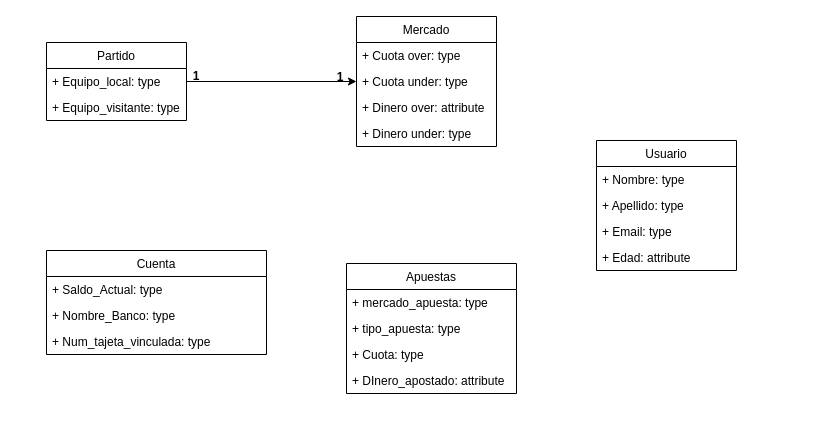
Earlier version of the draw.io diagram Untitled Diagram.drawio (jobasa/ExamenRecuTema2). Source tidied: cells renumbered, new cells numbered last; positions are measured from the earlier drawing's top-left corner, leaving out a move shared by most shapes. Both pictures are drawn from the tidied source at 100%, with x=0, y=0 at pixel (46, 16).
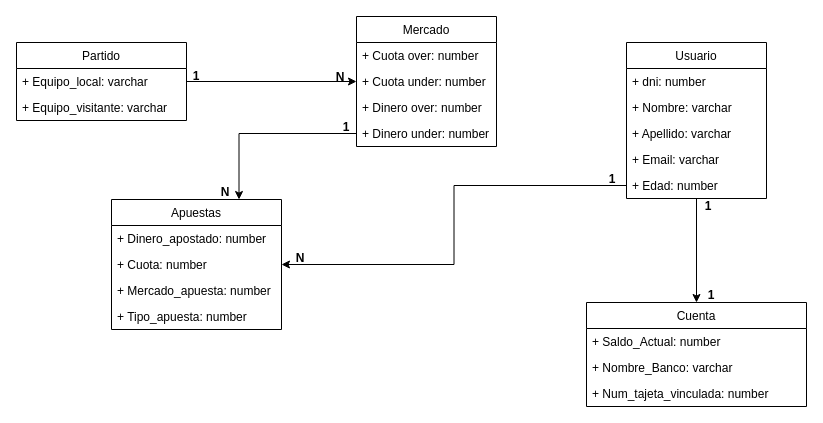
After the change.

The change refers to these unchanged cells:
```xml
<mxCell id="7" value="Mercado" style="swimlane;fontStyle=0;horizontal=1;startSize=26;fillColor=none;" parent="1" vertex="1">
  <mxGeometry x="310" width="140" height="130" as="geometry" />
</mxCell>
```

The edit, as a diff of the source:
```diff
@@
+    <mxCell id="27" style="edgeStyle=orthogonalEdgeStyle;rounded=0;jettySize=auto;html=1;entryX=0.5;entryY=0;entryDx=0;entryDy=0;" parent="1" edge="1" source="2" target="12">
+      <mxGeometry relative="1" as="geometry" />
+    </mxCell>
     <mxCell id="2" value="Usuario" style="swimlane;fontStyle=0;horizontal=1;startSize=26;fillColor=none;" parent="1" vertex="1">
-      <mxGeometry x="550" y="124" width="140" height="130" as="geometry" />
+      <mxGeometry x="580" y="26" width="140" height="156" as="geometry" />
     </mxCell>
+    <mxCell id="28" value="+ dni: number" style="text;strokeColor=none;fillColor=none;align=left;verticalAlign=top;spacingLeft=4;spacingRight=4;overflow=hidden;" parent="2" vertex="1">
+      <mxGeometry y="26" width="140" height="26" as="geometry" />
+    </mxCell>
-    <mxCell id="3" value="+ Nombre: type" style="text;strokeColor=none;fillColor=none;align=left;verticalAlign=top;spacingLeft=4;spacingRight=4;overflow=hidden;" parent="2" vertex="1">
-      <mxGeometry y="26" width="140" height="26" as="geometry" />
+    <mxCell id="3" value="+ Nombre: varchar" style="text;strokeColor=none;fillColor=none;align=left;verticalAlign=top;spacingLeft=4;spacingRight=4;overflow=hidden;" parent="2" vertex="1">
+      <mxGeometry y="52" width="140" height="26" as="geometry" />
     </mxCell>
-    <mxCell id="4" value="+ Apellido: type" style="text;strokeColor=none;fillColor=none;align=left;verticalAlign=top;spacingLeft=4;spacingRight=4;overflow=hidden;" parent="2" vertex="1">
-      <mxGeometry y="52" width="140" height="26" as="geometry" />
+    <mxCell id="4" value="+ Apellido: varchar" style="text;strokeColor=none;fillColor=none;align=left;verticalAlign=top;spacingLeft=4;spacingRight=4;overflow=hidden;" parent="2" vertex="1">
+      <mxGeometry y="78" width="140" height="26" as="geometry" />
     </mxCell>
-    <mxCell id="5" value="+ Email: type" style="text;strokeColor=none;fillColor=none;align=left;verticalAlign=top;spacingLeft=4;spacingRight=4;overflow=hidden;" parent="2" vertex="1">
-      <mxGeometry y="78" width="140" height="26" as="geometry" />
+    <mxCell id="5" value="+ Email: varchar" style="text;strokeColor=none;fillColor=none;align=left;verticalAlign=top;spacingLeft=4;spacingRight=4;overflow=hidden;" parent="2" vertex="1">
+      <mxGeometry y="104" width="140" height="26" as="geometry" />
     </mxCell>
-    <mxCell id="6" value="+ Edad: attribute" style="text;strokeColor=none;fillColor=none;align=left;verticalAlign=top;spacingLeft=4;spacingRight=4;overflow=hidden;points=[[0,0.5],[1,0.5]];portConstraint=eastwest;" parent="2" vertex="1">
-      <mxGeometry y="104" width="140" height="26" as="geometry" />
+    <mxCell id="6" value="+ Edad: number" style="text;strokeColor=none;fillColor=none;align=left;verticalAlign=top;spacingLeft=4;spacingRight=4;overflow=hidden;points=[[0,0.5],[1,0.5]];portConstraint=eastwest;" parent="2" vertex="1">
+      <mxGeometry y="130" width="140" height="26" as="geometry" />
     </mxCell>
@@
-    <mxCell id="8" value="+ Cuota over: type" style="text;strokeColor=none;fillColor=none;align=left;verticalAlign=top;spacingLeft=4;spacingRight=4;overflow=hidden;" parent="7" vertex="1">
+    <mxCell id="8" value="+ Cuota over: number" style="text;strokeColor=none;fillColor=none;align=left;verticalAlign=top;spacingLeft=4;spacingRight=4;overflow=hidden;" parent="7" vertex="1">
       <mxGeometry y="26" width="140" height="26" as="geometry" />
     </mxCell>
-    <mxCell id="9" value="+ Cuota under: type" style="text;strokeColor=none;fillColor=none;align=left;verticalAlign=top;spacingLeft=4;spacingRight=4;overflow=hidden;points=[[0,0.5],[1,0.5]];portConstraint=eastwest;" parent="7" vertex="1">
+    <mxCell id="9" value="+ Cuota under: number" style="text;strokeColor=none;fillColor=none;align=left;verticalAlign=top;spacingLeft=4;spacingRight=4;overflow=hidden;points=[[0,0.5],[1,0.5]];portConstraint=eastwest;" parent="7" vertex="1">
       <mxGeometry y="52" width="140" height="26" as="geometry" />
     </mxCell>
-    <mxCell id="10" value="+ Dinero over: attribute" style="text;strokeColor=none;fillColor=none;align=left;verticalAlign=top;spacingLeft=4;spacingRight=4;overflow=hidden;" parent="7" vertex="1">
+    <mxCell id="10" value="+ Dinero over: number" style="text;strokeColor=none;fillColor=none;align=left;verticalAlign=top;spacingLeft=4;spacingRight=4;overflow=hidden;" parent="7" vertex="1">
       <mxGeometry y="78" width="140" height="26" as="geometry" />
     </mxCell>
-    <mxCell id="11" value="+ Dinero under: type" style="text;strokeColor=none;fillColor=none;align=left;verticalAlign=top;spacingLeft=4;spacingRight=4;overflow=hidden;points=[[0,0.5],[1,0.5]];portConstraint=eastwest;" parent="7" vertex="1">
+    <mxCell id="11" value="+ Dinero under: number" style="text;strokeColor=none;fillColor=none;align=left;verticalAlign=top;spacingLeft=4;spacingRight=4;overflow=hidden;points=[[0,0.5],[1,0.5]];portConstraint=eastwest;" parent="7" vertex="1">
       <mxGeometry y="104" width="140" height="26" as="geometry" />
     </mxCell>
     <mxCell id="12" value="Cuenta" style="swimlane;fontStyle=0;horizontal=1;startSize=26;fillColor=none;" parent="1" vertex="1">
-      <mxGeometry y="234" width="220" height="104" as="geometry" />
+      <mxGeometry x="540" y="286" width="220" height="104" as="geometry" />
     </mxCell>
-    <mxCell id="13" value="+ Saldo_Actual: type" style="text;strokeColor=none;fillColor=none;align=left;verticalAlign=top;spacingLeft=4;spacingRight=4;overflow=hidden;" parent="12" vertex="1">
+    <mxCell id="13" value="+ Saldo_Actual: number" style="text;strokeColor=none;fillColor=none;align=left;verticalAlign=top;spacingLeft=4;spacingRight=4;overflow=hidden;" parent="12" vertex="1">
       <mxGeometry y="26" width="220" height="26" as="geometry" />
     </mxCell>
-    <mxCell id="14" value="+ Nombre_Banco: type" style="text;strokeColor=none;fillColor=none;align=left;verticalAlign=top;spacingLeft=4;spacingRight=4;overflow=hidden;" parent="12" vertex="1">
+    <mxCell id="14" value="+ Nombre_Banco: varchar&#10;" style="text;strokeColor=none;fillColor=none;align=left;verticalAlign=top;spacingLeft=4;spacingRight=4;overflow=hidden;" parent="12" vertex="1">
       <mxGeometry y="52" width="220" height="26" as="geometry" />
     </mxCell>
-    <mxCell id="15" value="+ Num_tajeta_vinculada: type" style="text;strokeColor=none;fillColor=none;align=left;verticalAlign=top;spacingLeft=4;spacingRight=4;overflow=hidden;" parent="12" vertex="1">
+    <mxCell id="15" value="+ Num_tajeta_vinculada: number" style="text;strokeColor=none;fillColor=none;align=left;verticalAlign=top;spacingLeft=4;spacingRight=4;overflow=hidden;" parent="12" vertex="1">
       <mxGeometry y="78" width="220" height="26" as="geometry" />
     </mxCell>
     <mxCell id="16" value="Apuestas" style="swimlane;fontStyle=0;horizontal=1;startSize=26;fillColor=none;" parent="1" vertex="1">
-      <mxGeometry x="300" y="247" width="170" height="130" as="geometry" />
+      <mxGeometry x="65" y="183" width="170" height="130" as="geometry" />
     </mxCell>
+    <mxCell id="20" value="+ Dinero_apostado: number" style="text;strokeColor=none;fillColor=none;align=left;verticalAlign=top;spacingLeft=4;spacingRight=4;overflow=hidden;" parent="16" vertex="1">
+      <mxGeometry y="26" width="170" height="26" as="geometry" />
+    </mxCell>
+    <mxCell id="19" value="+ Cuota: number" style="text;strokeColor=none;fillColor=none;align=left;verticalAlign=top;spacingLeft=4;spacingRight=4;overflow=hidden;points=[[0,0.5],[1,0.5]];portConstraint=eastwest;" parent="16" vertex="1">
+      <mxGeometry y="52" width="170" height="26" as="geometry" />
+    </mxCell>
-    <mxCell id="17" value="+ mercado_apuesta: type" style="text;strokeColor=none;fillColor=none;align=left;verticalAlign=top;spacingLeft=4;spacingRight=4;overflow=hidden;" parent="16" vertex="1">
-      <mxGeometry y="26" width="170" height="26" as="geometry" />
+    <mxCell id="17" value="+ Mercado_apuesta: number" style="text;strokeColor=none;fillColor=none;align=left;verticalAlign=top;spacingLeft=4;spacingRight=4;overflow=hidden;" parent="16" vertex="1">
+      <mxGeometry y="78" width="170" height="26" as="geometry" />
     </mxCell>
-    <mxCell id="18" value="+ tipo_apuesta: type" style="text;strokeColor=none;fillColor=none;align=left;verticalAlign=top;spacingLeft=4;spacingRight=4;overflow=hidden;" parent="16" vertex="1">
-      <mxGeometry y="52" width="170" height="26" as="geometry" />
+    <mxCell id="18" value="+ Tipo_apuesta: number" style="text;strokeColor=none;fillColor=none;align=left;verticalAlign=top;spacingLeft=4;spacingRight=4;overflow=hidden;" parent="16" vertex="1">
+      <mxGeometry y="104" width="170" height="26" as="geometry" />
     </mxCell>
-    <mxCell id="19" value="+ Cuota: type" style="text;strokeColor=none;fillColor=none;align=left;verticalAlign=top;spacingLeft=4;spacingRight=4;overflow=hidden;points=[[0,0.5],[1,0.5]];portConstraint=eastwest;" parent="16" vertex="1">
-      <mxGeometry y="78" width="170" height="26" as="geometry" />
-    </mxCell>
-    <mxCell id="20" value="+ DInero_apostado: attribute" style="text;strokeColor=none;fillColor=none;align=left;verticalAlign=top;spacingLeft=4;spacingRight=4;overflow=hidden;" parent="16" vertex="1">
-      <mxGeometry y="104" width="170" height="26" as="geometry" />
-    </mxCell>
     <mxCell id="21" value="Partido" style="swimlane;fontStyle=0;horizontal=1;startSize=26;fillColor=none;" parent="1" vertex="1">
-      <mxGeometry y="26" width="140" height="78" as="geometry" />
+      <mxGeometry x="-30" y="26" width="170" height="78" as="geometry" />
     </mxCell>
-    <mxCell id="22" value="+ Equipo_local: type" style="text;strokeColor=none;fillColor=none;align=left;verticalAlign=top;spacingLeft=4;spacingRight=4;overflow=hidden;points=[[0,0.5],[1,0.5]];portConstraint=eastwest;" parent="21" vertex="1">
-      <mxGeometry y="26" width="140" height="26" as="geometry" />
+    <mxCell id="22" value="+ Equipo_local: varchar" style="text;strokeColor=none;fillColor=none;align=left;verticalAlign=top;spacingLeft=4;spacingRight=4;overflow=hidden;points=[[0,0.5],[1,0.5]];portConstraint=eastwest;" parent="21" vertex="1">
+      <mxGeometry y="26" width="170" height="26" as="geometry" />
     </mxCell>
-    <mxCell id="23" value="+ Equipo_visitante: type" style="text;strokeColor=none;fillColor=none;align=left;verticalAlign=top;spacingLeft=4;spacingRight=4;overflow=hidden;" parent="21" vertex="1">
-      <mxGeometry y="52" width="140" height="26" as="geometry" />
+    <mxCell id="23" value="+ Equipo_visitante: varchar" style="text;strokeColor=none;fillColor=none;align=left;verticalAlign=top;spacingLeft=4;spacingRight=4;overflow=hidden;" parent="21" vertex="1">
+      <mxGeometry y="52" width="170" height="26" as="geometry" />
     </mxCell>
@@
-    <mxCell id="26" value="1" style="text;align=center;fontStyle=1;verticalAlign=middle;spacingLeft=3;spacingRight=3;strokeColor=none;" parent="1" vertex="1">
+    <mxCell id="26" value="N" style="text;align=center;fontStyle=1;verticalAlign=middle;spacingLeft=3;spacingRight=3;strokeColor=none;" parent="1" vertex="1">
       <mxGeometry x="264" y="54" width="60" height="12" as="geometry" />
     </mxCell>
+    <mxCell id="29" value="N" style="text;align=center;fontStyle=1;verticalAlign=middle;spacingLeft=3;spacingRight=3;strokeColor=none;" parent="1" vertex="1">
+      <mxGeometry x="224" y="235" width="60" height="12" as="geometry" />
+    </mxCell>
+    <mxCell id="30" value="N" style="text;align=center;fontStyle=1;verticalAlign=middle;spacingLeft=3;spacingRight=3;strokeColor=none;" parent="1" vertex="1">
+      <mxGeometry x="149" y="169" width="60" height="12" as="geometry" />
+    </mxCell>
+    <mxCell id="31" value="1" style="text;align=center;fontStyle=1;verticalAlign=middle;spacingLeft=3;spacingRight=3;strokeColor=none;" parent="1" vertex="1">
+      <mxGeometry x="270" y="104" width="60" height="12" as="geometry" />
+    </mxCell>
+    <mxCell id="32" style="edgeStyle=orthogonalEdgeStyle;rounded=0;jettySize=auto;html=1;exitX=0;exitY=0.5;exitDx=0;exitDy=0;entryX=0.75;entryY=0;entryDx=0;entryDy=0;" parent="1" edge="1" source="11" target="16">
+      <mxGeometry relative="1" as="geometry" />
+    </mxCell>
+    <mxCell id="33" style="edgeStyle=orthogonalEdgeStyle;rounded=0;jettySize=auto;html=1;exitX=0;exitY=0.5;exitDx=0;exitDy=0;entryX=1;entryY=0.5;entryDx=0;entryDy=0;" parent="1" edge="1" source="6" target="19">
+      <mxGeometry relative="1" as="geometry" />
+    </mxCell>
+    <mxCell id="34" value="1" style="text;align=center;fontStyle=1;verticalAlign=middle;spacingLeft=3;spacingRight=3;strokeColor=none;" parent="1" vertex="1">
+      <mxGeometry x="536" y="156" width="60" height="12" as="geometry" />
+    </mxCell>
+    <mxCell id="35" value="1" style="text;align=center;fontStyle=1;verticalAlign=middle;spacingLeft=3;spacingRight=3;strokeColor=none;" parent="1" vertex="1">
+      <mxGeometry x="632" y="183" width="60" height="12" as="geometry" />
+    </mxCell>
+    <mxCell id="36" value="1" style="text;align=center;fontStyle=1;verticalAlign=middle;spacingLeft=3;spacingRight=3;strokeColor=none;" parent="1" vertex="1">
+      <mxGeometry x="635" y="272" width="60" height="12" as="geometry" />
+    </mxCell>
```
